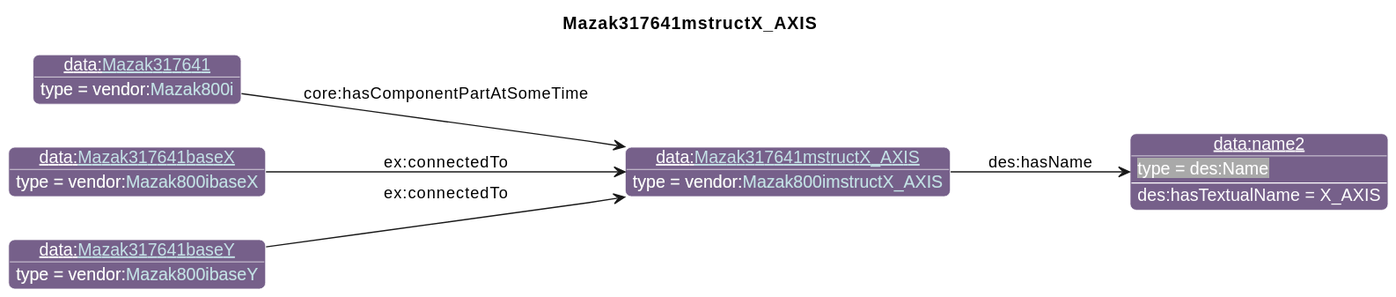
Above: diagrams/Mazak317641mstructX_AXIS.svg in iofoundry/example-syseng-mtconnect (PlantUML), before the change. Source of this version:
```plantuml
@startuml
!include ../iof.iuml

<style>
object {
  HyperlinkColor #C4E1E6
}
</style>

left to right direction
skinparam linetype polyline
title Mazak317641mstructX_AXIS

!$default_direction = down

!$namespace_colors = { "bfo":"DFA702",
                      "iof":"1E90FF",
                      "ns":"Green",
                      "ns1":"76608A",
                      "core":"000000",
                      "ex":"Green",
                      "data":"76608A",
                      "vendor":"76608A",
                      "units":"8A2D3B",
                      "cmns-dsg":"3A0519",
                      "qp":"641B2E"
      }
individual(o0, data:[[./Mazak317641mstructX_AXIS.html Mazak317641mstructX_AXIS]], vendor:[[../Mazak.html#Mazak800imstructX_AXIS Mazak800imstructX_AXIS]])
individual(o1, data:name2, des:Name)
individual(o2, data:[[./Mazak317641.html Mazak317641]], vendor:[[../Mazak.html#Mazak800i Mazak800i]])
individual(o3, data:[[./Mazak317641baseX.html Mazak317641baseX]], vendor:[[../Mazak.html#Mazak800ibaseX Mazak800ibaseX]])
individual(o4, data:[[./Mazak317641baseY.html Mazak317641baseY]], vendor:[[../Mazak.html#Mazak800ibaseY Mazak800ibaseY]])
property(o0, "des:hasName", o1)
data(o1, "des:hasTextualName", "X_AXIS")
property(o2, "core:hasComponentPartAtSomeTime", o0)
property(o3, "ex:connectedTo", o0)
property(o4, "ex:connectedTo", o0)
@enduml
```
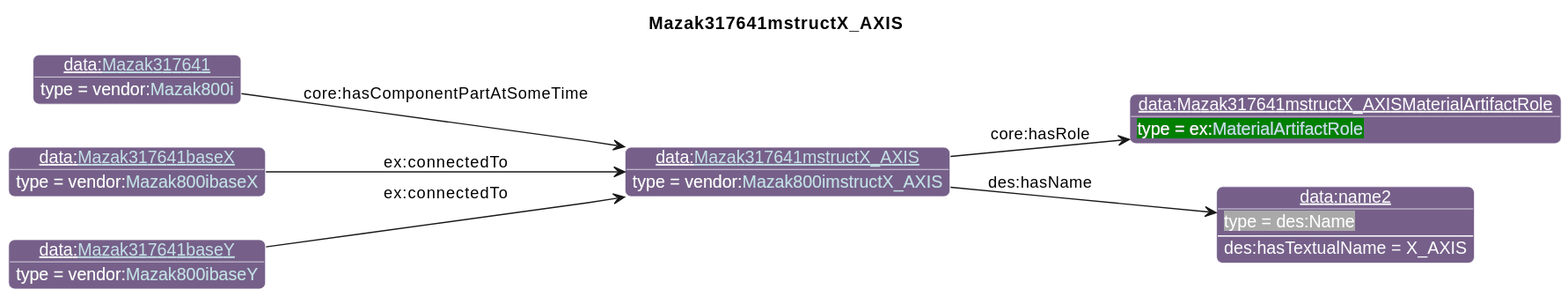
The same diagram one commit later.

Diff of the diagram source:
```diff
@@ -26,13 +26,15 @@
                       "qp":"641B2E"
       }
 individual(o0, data:[[./Mazak317641mstructX_AXIS.html Mazak317641mstructX_AXIS]], vendor:[[../Mazak.html#Mazak800imstructX_AXIS Mazak800imstructX_AXIS]])
-individual(o1, data:name2, des:Name)
-individual(o2, data:[[./Mazak317641.html Mazak317641]], vendor:[[../Mazak.html#Mazak800i Mazak800i]])
-individual(o3, data:[[./Mazak317641baseX.html Mazak317641baseX]], vendor:[[../Mazak.html#Mazak800ibaseX Mazak800ibaseX]])
-individual(o4, data:[[./Mazak317641baseY.html Mazak317641baseY]], vendor:[[../Mazak.html#Mazak800ibaseY Mazak800ibaseY]])
-property(o0, "des:hasName", o1)
-data(o1, "des:hasTextualName", "X_AXIS")
-property(o2, "core:hasComponentPartAtSomeTime", o0)
-property(o3, "ex:connectedTo", o0)
+individual(o1, data:Mazak317641mstructX_AXISMaterialArtifactRole, ex:[[../Example.html#MaterialArtifactRole MaterialArtifactRole]])
+individual(o2, data:name2, des:Name)
+individual(o3, data:[[./Mazak317641.html Mazak317641]], vendor:[[../Mazak.html#Mazak800i Mazak800i]])
+individual(o4, data:[[./Mazak317641baseX.html Mazak317641baseX]], vendor:[[../Mazak.html#Mazak800ibaseX Mazak800ibaseX]])
+individual(o5, data:[[./Mazak317641baseY.html Mazak317641baseY]], vendor:[[../Mazak.html#Mazak800ibaseY Mazak800ibaseY]])
+property(o0, "core:hasRole", o1)
+property(o0, "des:hasName", o2)
+data(o2, "des:hasTextualName", "X_AXIS")
+property(o3, "core:hasComponentPartAtSomeTime", o0)
 property(o4, "ex:connectedTo", o0)
+property(o5, "ex:connectedTo", o0)
 @enduml
```
